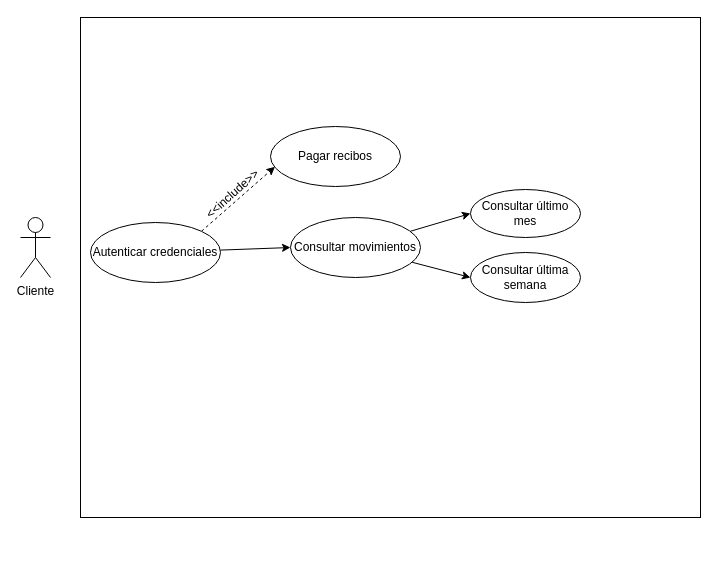
Earlier version of the draw.io diagram page "Actividad 1" (1 of 4) of ED.drawio (Maek0s/1DAM_Databases). Source tidied: cells renumbered, new cells numbered last; positions are measured from the earlier drawing's top-left corner, leaving out a move shared by most shapes. Both pictures are drawn from the tidied source at 100%, with x=0, y=0 at pixel (20, 17).
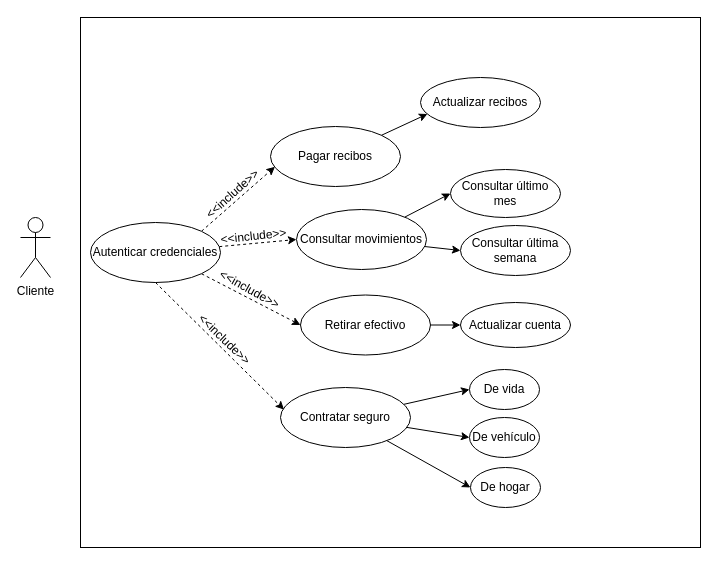
After the change.

The change refers to these unchanged cells:
```xml
<mxCell id="6" value="Autenticar credenciales" style="ellipse;whiteSpace=wrap;html=1;" parent="1" vertex="1">
  <mxGeometry x="70" y="205" width="130" height="60" as="geometry" />
</mxCell>
<mxCell id="7" value="Pagar recibos" style="ellipse;whiteSpace=wrap;html=1;" parent="1" vertex="1">
  <mxGeometry x="250" y="109" width="130" height="60" as="geometry" />
</mxCell>
```

The edit, as a diff of the source:
```diff
@@
     <mxCell id="2" style="html=1;whiteSpace=wrap;" parent="1" vertex="1">
-      <mxGeometry x="60" width="620" height="500" as="geometry" />
+      <mxGeometry x="60" width="620" height="530" as="geometry" />
     </mxCell>
@@
-    <mxCell id="5" style="rounded=0;jettySize=auto;html=1;entryX=0;entryY=0.5;entryDx=0;entryDy=0;" parent="1" edge="1" source="6" target="11">
+    <mxCell id="5" style="rounded=0;jettySize=auto;html=1;entryX=0;entryY=0.5;entryDx=0;entryDy=0;dashed=1;" parent="1" edge="1" source="6" target="11">
       <mxGeometry relative="1" as="geometry" />
     </mxCell>
+    <mxCell id="14" style="rounded=0;jettySize=auto;html=1;exitX=1;exitY=1;exitDx=0;exitDy=0;entryX=0;entryY=0.5;entryDx=0;entryDy=0;dashed=1;" parent="1" edge="1" source="6" target="18">
+      <mxGeometry relative="1" as="geometry" />
+    </mxCell>
@@
     <mxCell id="11" value="Consultar movimientos" style="ellipse;whiteSpace=wrap;html=1;" parent="1" vertex="1">
-      <mxGeometry x="270" y="200" width="130" height="60" as="geometry" />
+      <mxGeometry x="276" y="192" width="130" height="60" as="geometry" />
     </mxCell>
     <mxCell id="12" value="Consultar último mes" style="ellipse;whiteSpace=wrap;html=1;" parent="1" vertex="1">
-      <mxGeometry x="450" y="172" width="110" height="48" as="geometry" />
+      <mxGeometry x="430" y="152" width="110" height="48" as="geometry" />
     </mxCell>
     <mxCell id="13" value="Consultar última semana" style="ellipse;whiteSpace=wrap;html=1;" parent="1" vertex="1">
-      <mxGeometry x="450" y="235" width="110" height="50" as="geometry" />
+      <mxGeometry x="440" y="208" width="110" height="50" as="geometry" />
     </mxCell>
+    <mxCell id="15" value="Actualizar recibos" style="ellipse;whiteSpace=wrap;html=1;" parent="1" vertex="1">
+      <mxGeometry x="400" y="60" width="120" height="50" as="geometry" />
+    </mxCell>
+    <mxCell id="16" style="rounded=0;jettySize=auto;html=1;entryX=0.058;entryY=0.73;entryDx=0;entryDy=0;entryPerimeter=0;" parent="1" edge="1" source="7" target="15">
+      <mxGeometry relative="1" as="geometry" />
+    </mxCell>
+    <mxCell id="17" style="rounded=0;jettySize=auto;html=1;exitX=1;exitY=0.5;exitDx=0;exitDy=0;entryX=0;entryY=0.5;entryDx=0;entryDy=0;" parent="1" edge="1" source="18" target="21">
+      <mxGeometry relative="1" as="geometry" />
+    </mxCell>
+    <mxCell id="18" value="Retirar efectivo" style="ellipse;whiteSpace=wrap;html=1;" parent="1" vertex="1">
+      <mxGeometry x="280" y="277.5" width="130" height="60" as="geometry" />
+    </mxCell>
+    <mxCell id="19" value="&amp;lt;&amp;lt;include&amp;gt;&amp;gt;" style="text;html=1;align=center;verticalAlign=middle;strokeColor=none;fillColor=none;rotation=354;" parent="1" vertex="1">
+      <mxGeometry x="188" y="204" width="90" height="30" as="geometry" />
+    </mxCell>
+    <mxCell id="20" value="&amp;lt;&amp;lt;include&amp;gt;&amp;gt;" style="text;html=1;align=center;verticalAlign=middle;strokeColor=none;fillColor=none;rotation=29;" parent="1" vertex="1">
+      <mxGeometry x="184" y="257" width="90" height="30" as="geometry" />
+    </mxCell>
+    <mxCell id="21" value="Actualizar cuenta" style="ellipse;whiteSpace=wrap;html=1;" parent="1" vertex="1">
+      <mxGeometry x="440" y="285" width="110" height="45" as="geometry" />
+    </mxCell>
+    <mxCell id="22" style="rounded=0;jettySize=auto;html=1;entryX=0;entryY=0.5;entryDx=0;entryDy=0;" parent="1" edge="1" source="25" target="28">
+      <mxGeometry relative="1" as="geometry" />
+    </mxCell>
+    <mxCell id="23" style="rounded=0;jettySize=auto;html=1;entryX=0;entryY=0.5;entryDx=0;entryDy=0;" parent="1" edge="1" source="25" target="29">
+      <mxGeometry relative="1" as="geometry" />
+    </mxCell>
+    <mxCell id="24" style="rounded=0;jettySize=auto;html=1;entryX=0;entryY=0.5;entryDx=0;entryDy=0;" parent="1" edge="1" source="25" target="30">
+      <mxGeometry relative="1" as="geometry" />
+    </mxCell>
+    <mxCell id="25" value="Contratar seguro" style="ellipse;whiteSpace=wrap;html=1;" parent="1" vertex="1">
+      <mxGeometry x="260" y="370" width="130" height="60" as="geometry" />
+    </mxCell>
+    <mxCell id="26" style="rounded=0;jettySize=auto;html=1;exitX=0.5;exitY=1;exitDx=0;exitDy=0;entryX=0.027;entryY=0.368;entryDx=0;entryDy=0;entryPerimeter=0;dashed=1;" parent="1" edge="1" source="6" target="25">
+      <mxGeometry relative="1" as="geometry" />
+    </mxCell>
+    <mxCell id="27" value="&amp;lt;&amp;lt;include&amp;gt;&amp;gt;" style="text;html=1;align=center;verticalAlign=middle;strokeColor=none;fillColor=none;rotation=44;" parent="1" vertex="1">
+      <mxGeometry x="159" y="307" width="90" height="30" as="geometry" />
+    </mxCell>
+    <mxCell id="28" value="De vida" style="ellipse;whiteSpace=wrap;html=1;" parent="1" vertex="1">
+      <mxGeometry x="449" y="352" width="70" height="40" as="geometry" />
+    </mxCell>
+    <mxCell id="29" value="De vehículo" style="ellipse;whiteSpace=wrap;html=1;" parent="1" vertex="1">
+      <mxGeometry x="449" y="400" width="70" height="40" as="geometry" />
+    </mxCell>
+    <mxCell id="30" value="De hogar" style="ellipse;whiteSpace=wrap;html=1;" parent="1" vertex="1">
+      <mxGeometry x="450" y="450" width="70" height="40" as="geometry" />
+    </mxCell>
```
